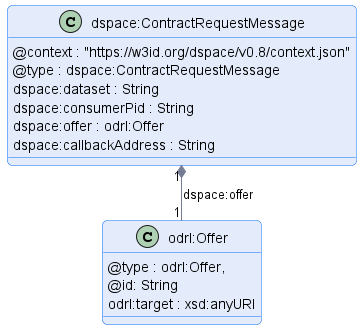
International-Data-Spaces-Association/ids-specification keeps this PlantUML diagram as negotiation/message/diagram/contract-request-message_initial.png. Above is the earlier version. The source it was exported from:
```plantuml
@startuml "contract-request-message"
!pragma layout smetana

!include ../../../common/style/diagram.styles.puml

hide empty description


class "dspace:ContractRequestMessage" {
    @context : "https://w3id.org/dspace/v0.8/context.json"
    @type : dspace:ContractRequestMessage
    dspace:dataset : String
    dspace:consumerPid : String
    dspace:offer : odrl:Offer
    dspace:callbackAddress : String
}

class odrl:Offer {
    @type : odrl:Offer,
    @id: String
    odrl:target : xsd:anyURI
}

"dspace:ContractRequestMessage" "1" *-- "1" "odrl:Offer" : "dspace:offer"

@enduml
```
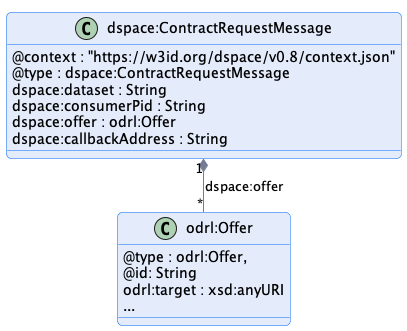
The same file after the commit.

Diff of the diagram source:
```diff
@@ -1,4 +1,4 @@
-@startuml "contract-request-message"
+@startuml "contract-request-message_initial"
 !pragma layout smetana
 
 !include ../../../common/style/diagram.styles.puml
@@ -19,8 +19,9 @@
     @type : odrl:Offer,
     @id: String
     odrl:target : xsd:anyURI
+    ...
 }
 
-"dspace:ContractRequestMessage" "1" *-- "1" "odrl:Offer" : "dspace:offer"
+"dspace:ContractRequestMessage" "1" *-- "*" "odrl:Offer" : "dspace:offer"
 
 @enduml
```
